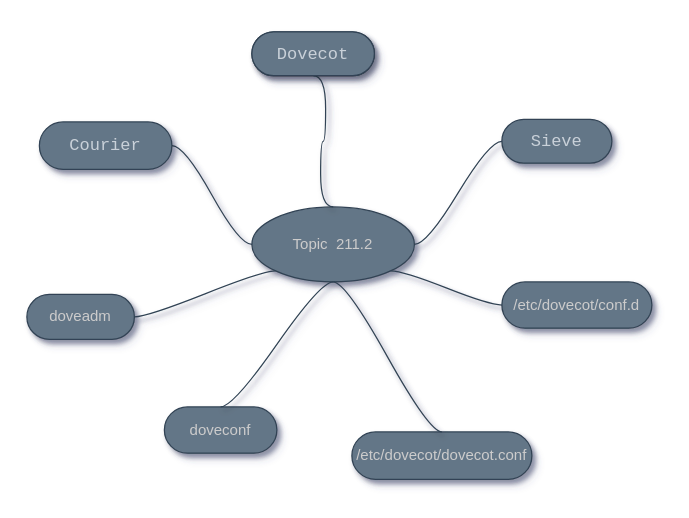
Before: MindMaps/mindmap-211.2.drawio in marcossilvestrini/learning-lpic-2-202-450, a draw.io diagram. Source tidied: cells renumbered, new cells numbered last; positions are measured from the earlier drawing's top-left corner, leaving out a move shared by most shapes. Both pictures are drawn from the tidied source at 125%, with x=0, y=0 at pixel (26, 31).
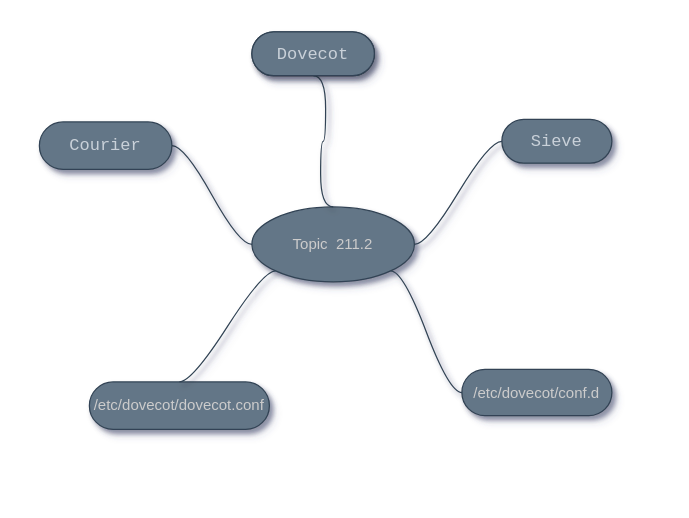
The same diagram, later.

The edit, as a diff of the source:
```diff
@@
 <mxGraphModel shadow="1">
   <root>
     <mxCell id="0" />
     <mxCell id="1" parent="0" />
     <mxCell id="2" value="Topic&amp;nbsp; 211.2" style="ellipse;whiteSpace=wrap;html=1;align=center;newEdgeStyle={&quot;edgeStyle&quot;:&quot;entityRelationEdgeStyle&quot;,&quot;startArrow&quot;:&quot;none&quot;,&quot;endArrow&quot;:&quot;none&quot;,&quot;segment&quot;:10,&quot;curved&quot;:1};fillColor=#647687;fontColor=#CCCCCC;strokeColor=#314354;shadow=1;sketch=0;" parent="1" vertex="1">
       <mxGeometry x="180" y="140" width="130" height="60" as="geometry" />
     </mxCell>
     <mxCell id="3" value="&lt;pre style=&quot;box-sizing: border-box ; font-family: , , &amp;quot;sf mono&amp;quot; , &amp;quot;menlo&amp;quot; , &amp;quot;consolas&amp;quot; , &amp;quot;liberation mono&amp;quot; , monospace ; font-size: 13.6px ; margin-top: 0px ; margin-bottom: 0px ; overflow-wrap: normal ; padding: 16px ; overflow: auto ; line-height: 1.45 ; border-radius: 6px ; word-break: normal ; color: rgb(201 , 209 , 217)&quot;&gt;Dovecot&lt;/pre&gt;" style="whiteSpace=wrap;html=1;rounded=1;arcSize=50;align=center;verticalAlign=middle;strokeWidth=1;spacing=4;newEdgeStyle={&quot;edgeStyle&quot;:&quot;entityRelationEdgeStyle&quot;,&quot;startArrow&quot;:&quot;none&quot;,&quot;endArrow&quot;:&quot;none&quot;,&quot;segment&quot;:10,&quot;curved&quot;:1};fillColor=#647687;fontColor=#CCCCCC;strokeColor=#314354;shadow=1;sketch=0;" parent="1" vertex="1">
       <mxGeometry x="180" width="98" height="35" as="geometry" />
     </mxCell>
     <mxCell id="4" style="edgeStyle=entityRelationEdgeStyle;startArrow=none;endArrow=none;segment=10;curved=1;exitX=0.5;exitY=0;exitDx=0;exitDy=0;fillColor=#647687;strokeColor=#314354;fontColor=#CCCCCC;shadow=1;sketch=0;entryX=0.5;entryY=1;entryDx=0;entryDy=0;" parent="1" edge="1" source="2" target="3">
       <mxGeometry relative="1" as="geometry" />
     </mxCell>
     <mxCell id="5" value="&lt;pre style=&quot;box-sizing: border-box ; font-family: , , &amp;quot;sf mono&amp;quot; , &amp;quot;menlo&amp;quot; , &amp;quot;consolas&amp;quot; , &amp;quot;liberation mono&amp;quot; , monospace ; font-size: 13.6px ; margin-top: 0px ; margin-bottom: 0px ; overflow-wrap: normal ; padding: 16px ; overflow: auto ; line-height: 1.45 ; border-radius: 6px ; word-break: normal ; color: rgb(201 , 209 , 217)&quot;&gt;Sieve&lt;/pre&gt;" style="whiteSpace=wrap;html=1;rounded=1;arcSize=50;align=center;verticalAlign=middle;strokeWidth=1;spacing=4;newEdgeStyle={&quot;edgeStyle&quot;:&quot;entityRelationEdgeStyle&quot;,&quot;startArrow&quot;:&quot;none&quot;,&quot;endArrow&quot;:&quot;none&quot;,&quot;segment&quot;:10,&quot;curved&quot;:1};fillColor=#647687;fontColor=#CCCCCC;strokeColor=#314354;shadow=1;sketch=0;" parent="1" vertex="1">
       <mxGeometry x="380" y="70" width="88" height="35" as="geometry" />
     </mxCell>
     <mxCell id="6" style="edgeStyle=entityRelationEdgeStyle;startArrow=none;endArrow=none;segment=10;curved=1;fillColor=#647687;strokeColor=#314354;shadow=1;fontColor=#CCCCCC;sketch=0;exitX=1;exitY=0.5;exitDx=0;exitDy=0;" parent="1" edge="1" source="2" target="5">
       <mxGeometry relative="1" as="geometry" />
     </mxCell>
     <mxCell id="7" value="/etc/dovecot/dovecot.conf" style="whiteSpace=wrap;html=1;rounded=1;arcSize=50;align=center;verticalAlign=middle;strokeWidth=1;spacing=4;newEdgeStyle={&quot;edgeStyle&quot;:&quot;entityRelationEdgeStyle&quot;,&quot;startArrow&quot;:&quot;none&quot;,&quot;endArrow&quot;:&quot;none&quot;,&quot;segment&quot;:10,&quot;curved&quot;:1};fillColor=#647687;fontColor=#CCCCCC;strokeColor=#314354;shadow=1;sketch=0;" parent="1" vertex="1">
-      <mxGeometry x="260" y="320" width="144" height="38" as="geometry" />
+      <mxGeometry x="50" y="280" width="144" height="38" as="geometry" />
     </mxCell>
-    <mxCell id="8" style="edgeStyle=entityRelationEdgeStyle;startArrow=none;endArrow=none;segment=10;curved=1;exitX=0.5;exitY=1;exitDx=0;exitDy=0;fillColor=#647687;strokeColor=#314354;shadow=1;fontColor=#CCCCCC;sketch=0;entryX=0.5;entryY=0;entryDx=0;entryDy=0;" parent="1" edge="1" source="2" target="7">
+    <mxCell id="8" style="edgeStyle=entityRelationEdgeStyle;startArrow=none;endArrow=none;segment=10;curved=1;exitX=0;exitY=1;exitDx=0;exitDy=0;fillColor=#647687;strokeColor=#314354;shadow=1;fontColor=#CCCCCC;sketch=0;entryX=0.5;entryY=0;entryDx=0;entryDy=0;" parent="1" edge="1" source="2" target="7">
       <mxGeometry relative="1" as="geometry" />
     </mxCell>
     <mxCell id="9" value="/etc/dovecot/conf.d" style="whiteSpace=wrap;html=1;rounded=1;arcSize=50;align=center;verticalAlign=middle;strokeWidth=1;spacing=4;newEdgeStyle={&quot;edgeStyle&quot;:&quot;entityRelationEdgeStyle&quot;,&quot;startArrow&quot;:&quot;none&quot;,&quot;endArrow&quot;:&quot;none&quot;,&quot;segment&quot;:10,&quot;curved&quot;:1};fillColor=#647687;fontColor=#CCCCCC;strokeColor=#314354;shadow=1;sketch=0;" parent="1" vertex="1">
-      <mxGeometry x="380" y="200" width="120" height="37" as="geometry" />
+      <mxGeometry x="348" y="270" width="120" height="37" as="geometry" />
     </mxCell>
     <mxCell id="10" style="edgeStyle=entityRelationEdgeStyle;startArrow=none;endArrow=none;segment=10;curved=1;exitX=1;exitY=1;exitDx=0;exitDy=0;fillColor=#647687;strokeColor=#314354;shadow=1;fontColor=#CCCCCC;sketch=0;entryX=0;entryY=0.5;entryDx=0;entryDy=0;" parent="1" edge="1" source="2" target="9">
       <mxGeometry relative="1" as="geometry" />
     </mxCell>
-    <mxCell id="11" value="doveconf" style="whiteSpace=wrap;html=1;rounded=1;arcSize=50;align=center;verticalAlign=middle;strokeWidth=1;spacing=4;newEdgeStyle={&quot;edgeStyle&quot;:&quot;entityRelationEdgeStyle&quot;,&quot;startArrow&quot;:&quot;none&quot;,&quot;endArrow&quot;:&quot;none&quot;,&quot;segment&quot;:10,&quot;curved&quot;:1};fillColor=#647687;fontColor=#CCCCCC;strokeColor=#314354;shadow=1;sketch=0;" parent="1" vertex="1">
-      <mxGeometry x="110" y="300" width="90" height="37" as="geometry" />
-    </mxCell>
-    <mxCell id="12" style="edgeStyle=entityRelationEdgeStyle;startArrow=none;endArrow=none;segment=10;curved=1;exitX=0.5;exitY=1;exitDx=0;exitDy=0;fillColor=#647687;strokeColor=#314354;shadow=1;fontColor=#CCCCCC;sketch=0;entryX=0.5;entryY=0;entryDx=0;entryDy=0;" parent="1" edge="1" source="2" target="11">
-      <mxGeometry relative="1" as="geometry" />
-    </mxCell>
-    <mxCell id="13" value="doveadm" style="whiteSpace=wrap;html=1;rounded=1;arcSize=50;align=center;verticalAlign=middle;strokeWidth=1;spacing=4;newEdgeStyle={&quot;edgeStyle&quot;:&quot;entityRelationEdgeStyle&quot;,&quot;startArrow&quot;:&quot;none&quot;,&quot;endArrow&quot;:&quot;none&quot;,&quot;segment&quot;:10,&quot;curved&quot;:1};fillColor=#647687;fontColor=#CCCCCC;strokeColor=#314354;shadow=1;sketch=0;" parent="1" vertex="1">
-      <mxGeometry y="210" width="86" height="36" as="geometry" />
-    </mxCell>
-    <mxCell id="14" style="edgeStyle=entityRelationEdgeStyle;startArrow=none;endArrow=none;segment=10;curved=1;exitX=0;exitY=1;exitDx=0;exitDy=0;fillColor=#647687;strokeColor=#314354;shadow=1;fontColor=#CCCCCC;sketch=0;entryX=1;entryY=0.5;entryDx=0;entryDy=0;" parent="1" edge="1" source="2" target="13">
-      <mxGeometry relative="1" as="geometry" />
-    </mxCell>
     <mxCell id="15" value="&lt;pre style=&quot;box-sizing: border-box ; font-family: , , &amp;quot;sf mono&amp;quot; , &amp;quot;menlo&amp;quot; , &amp;quot;consolas&amp;quot; , &amp;quot;liberation mono&amp;quot; , monospace ; font-size: 13.6px ; margin-top: 0px ; margin-bottom: 0px ; overflow-wrap: normal ; padding: 16px ; overflow: auto ; line-height: 1.45 ; border-radius: 6px ; word-break: normal ; color: rgb(201 , 209 , 217)&quot;&gt;Dovecot&lt;/pre&gt;" style="whiteSpace=wrap;html=1;rounded=1;arcSize=50;align=center;verticalAlign=middle;strokeWidth=1;spacing=4;newEdgeStyle={&quot;edgeStyle&quot;:&quot;entityRelationEdgeStyle&quot;,&quot;startArrow&quot;:&quot;none&quot;,&quot;endArrow&quot;:&quot;none&quot;,&quot;segment&quot;:10,&quot;curved&quot;:1};fillColor=#647687;fontColor=#CCCCCC;strokeColor=#314354;shadow=1;sketch=0;" parent="1" vertex="1">
       <mxGeometry x="180" width="98" height="35" as="geometry" />
     </mxCell>
     <mxCell id="16" style="edgeStyle=entityRelationEdgeStyle;startArrow=none;endArrow=none;segment=10;curved=1;exitX=0;exitY=0.5;exitDx=0;exitDy=0;fillColor=#647687;strokeColor=#314354;fontColor=#CCCCCC;shadow=1;sketch=0;" parent="1" edge="1" source="2" target="17">
       <mxGeometry relative="1" as="geometry" />
     </mxCell>
     <mxCell id="17" value="&lt;pre style=&quot;box-sizing: border-box ; font-family: , , &amp;quot;sf mono&amp;quot; , &amp;quot;menlo&amp;quot; , &amp;quot;consolas&amp;quot; , &amp;quot;liberation mono&amp;quot; , monospace ; font-size: 13.6px ; margin-top: 0px ; margin-bottom: 0px ; overflow-wrap: normal ; padding: 16px ; overflow: auto ; line-height: 1.45 ; border-radius: 6px ; word-break: normal ; color: rgb(201 , 209 , 217)&quot;&gt;Courier&lt;/pre&gt;" style="whiteSpace=wrap;html=1;rounded=1;arcSize=50;align=center;verticalAlign=middle;strokeWidth=1;spacing=4;newEdgeStyle={&quot;edgeStyle&quot;:&quot;entityRelationEdgeStyle&quot;,&quot;startArrow&quot;:&quot;none&quot;,&quot;endArrow&quot;:&quot;none&quot;,&quot;segment&quot;:10,&quot;curved&quot;:1};fillColor=#647687;fontColor=#CCCCCC;strokeColor=#314354;shadow=1;sketch=0;" parent="1" vertex="1">
       <mxGeometry x="10" y="72" width="106" height="38" as="geometry" />
     </mxCell>
   </root>
 </mxGraphModel>
```
